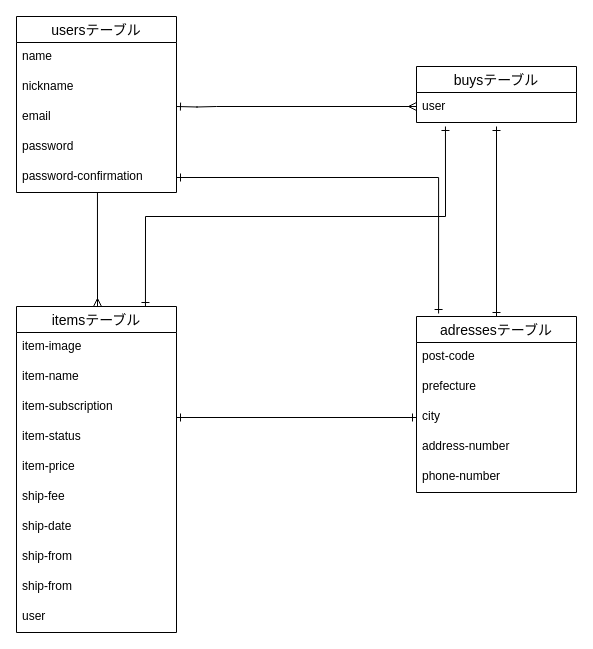
The draw.io diagram furima-db.dio in pontaya411/furima-30946, before the edit. Source tidied: cells renumbered, new cells numbered last; positions are measured from the earlier drawing's top-left corner, leaving out a move shared by most shapes. Both pictures are drawn from the tidied source at 100%, with x=0, y=0 at pixel (16, 16).
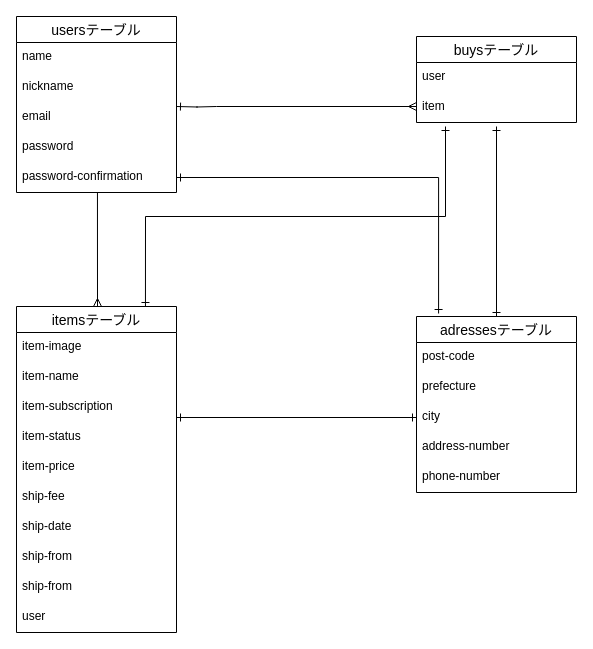
The same page after the edit.

Commit message (it also covers changes not shown here):
レビュー後修正2

Unchanged cells that the change refers to:
```xml
<mxCell id="10" value="user" style="text;strokeColor=none;fillColor=none;spacingLeft=4;spacingRight=4;overflow=hidden;points=[[0,0.5],[1,0.5]];portConstraint=eastwest;fontSize=12;" parent="9" vertex="1">
  <mxGeometry y="26" width="160" height="30" as="geometry" />
</mxCell>
<mxCell id="13" value="itemsテーブル" style="swimlane;fontStyle=0;horizontal=1;startSize=26;align=center;fontSize=14;" parent="1" vertex="1">
  <mxGeometry y="290" width="160" height="326" as="geometry" />
</mxCell>
```

Change to the diagram source:
```diff
@@
     <mxCell id="9" value="buysテーブル" style="swimlane;fontStyle=0;horizontal=1;startSize=26;align=center;fontSize=14;" parent="1" vertex="1">
-      <mxGeometry x="400" y="50" width="160" height="56" as="geometry" />
+      <mxGeometry x="400" y="20" width="160" height="86" as="geometry" />
     </mxCell>
@@
+    <mxCell id="34" value="item" style="text;strokeColor=none;fillColor=none;spacingLeft=4;spacingRight=4;overflow=hidden;fontSize=12;" parent="9" vertex="1">
+      <mxGeometry y="56" width="160" height="30" as="geometry" />
+    </mxCell>
@@
-    <mxCell id="12" style="edgeStyle=orthogonalEdgeStyle;rounded=0;jettySize=auto;html=1;exitX=0.806;exitY=0;exitDx=0;exitDy=0;exitPerimeter=0;endArrow=ERone;endFill=0;startArrow=ERone;startFill=0;entryX=0.181;entryY=1.133;entryDx=0;entryDy=0;entryPerimeter=0;" parent="1" edge="1" source="13" target="10">
+    <mxCell id="12" style="edgeStyle=orthogonalEdgeStyle;rounded=0;jettySize=auto;html=1;exitX=0.806;exitY=0;exitDx=0;exitDy=0;exitPerimeter=0;endArrow=ERone;endFill=0;startArrow=ERone;startFill=0;" parent="1" edge="1" source="13">
       <mxGeometry relative="1" as="geometry">
+        <mxPoint x="429" y="110" as="targetPoint" />
         <Array as="points">
           <mxPoint x="129" y="200" />
           <mxPoint x="429" y="200" />
         </Array>
       </mxGeometry>
     </mxCell>
```
